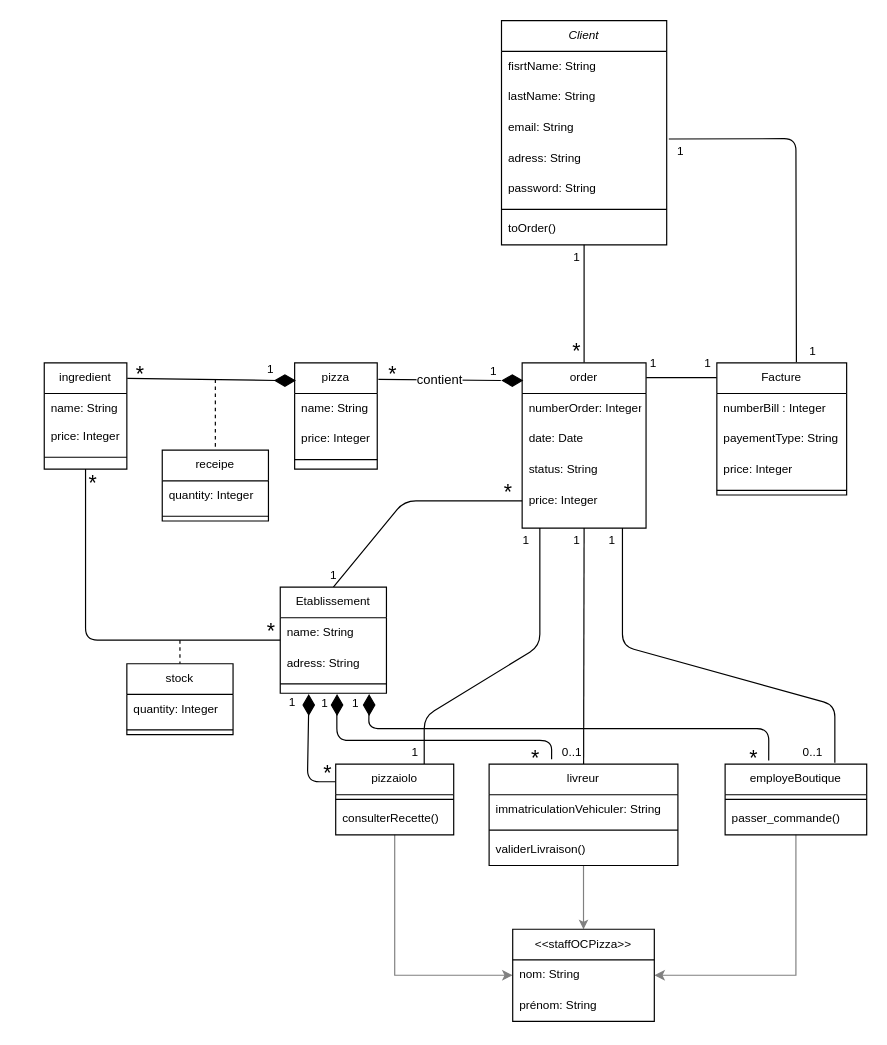
MadameZ/P7_Concevez-la-solution-technique-d-un-syst-me-de-gestion-de-pizzeria keeps this draw.io diagram as Untitled Diagram.drawio. Above is the earlier version. Source tidied: cells renumbered, new cells numbered last; positions are measured from the earlier drawing's top-left corner, leaving out a move shared by most shapes. Both pictures are drawn from the tidied source at 118%, with x=0, y=0 at pixel (44, 20).
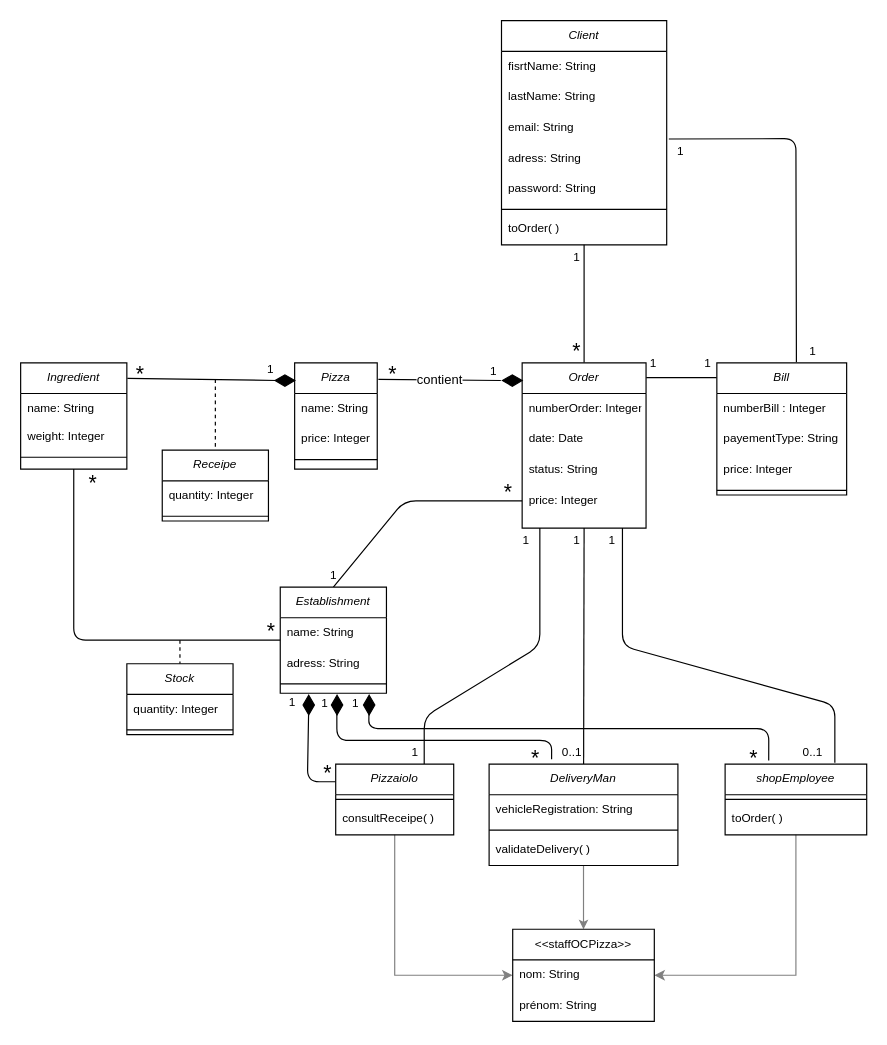
After the change.

Unchanged cells that the change refers to:
```xml
<mxCell id="61" value="Client" style="swimlane;fontStyle=2;align=center;verticalAlign=top;horizontal=1;startSize=26;rounded=0;shadow=0;strokeWidth=1;fontSize=10;" parent="1" vertex="1">
  <mxGeometry x="387.5" width="140" height="190" as="geometry" />
</mxCell>
```

The edit, as a diff of the source:
```diff
@@
     <mxCell id="9" style="endArrow=none;html=1;fontSize=10;entryX=0.5;entryY=1;entryDx=0;entryDy=0;" parent="1" edge="1" source="92" target="57">
       <mxGeometry relative="1" as="geometry">
         <Array as="points">
-          <mxPoint x="35" y="525" />
+          <mxPoint x="25" y="525" />
         </Array>
       </mxGeometry>
     </mxCell>
@@
-    <mxCell id="47" value="order" style="swimlane;fontStyle=0;align=center;verticalAlign=top;horizontal=1;startSize=26;rounded=0;shadow=0;strokeWidth=1;fontSize=10;" parent="1" vertex="1">
+    <mxCell id="47" value="Order" style="swimlane;fontStyle=2;align=center;verticalAlign=top;horizontal=1;startSize=26;rounded=0;shadow=0;strokeWidth=1;fontSize=10;" parent="1" vertex="1">
       <mxGeometry x="405" y="290" width="105" height="140" as="geometry" />
     </mxCell>
@@
-    <mxCell id="52" value="Facture" style="swimlane;fontStyle=0;align=center;verticalAlign=top;horizontal=1;startSize=26;rounded=0;shadow=0;strokeWidth=1;fontSize=10;" parent="1" vertex="1">
+    <mxCell id="52" value="Bill" style="swimlane;fontStyle=2;align=center;verticalAlign=top;horizontal=1;startSize=26;rounded=0;shadow=0;strokeWidth=1;fontSize=10;" parent="1" vertex="1">
       <mxGeometry x="570" y="290" width="110" height="112" as="geometry" />
     </mxCell>
@@
-    <mxCell id="57" value="ingredient" style="swimlane;fontStyle=0;align=center;verticalAlign=top;horizontal=1;startSize=26;rounded=0;shadow=0;strokeWidth=1;fontSize=10;" parent="1" vertex="1">
-      <mxGeometry y="290" width="70" height="90" as="geometry" />
+    <mxCell id="57" value="Ingredient" style="swimlane;fontStyle=2;align=center;verticalAlign=top;horizontal=1;startSize=26;rounded=0;shadow=0;strokeWidth=1;fontSize=10;" parent="1" vertex="1">
+      <mxGeometry x="-20" y="290" width="90" height="90" as="geometry" />
     </mxCell>
     <mxCell id="58" value="name: String" style="text;align=left;verticalAlign=top;spacingLeft=4;spacingRight=4;overflow=hidden;fontSize=10;" parent="57" vertex="1">
-      <mxGeometry y="26" width="70" height="24" as="geometry" />
+      <mxGeometry y="26" width="90" height="24" as="geometry" />
     </mxCell>
-    <mxCell id="59" value="price: Integer" style="text;align=left;verticalAlign=top;spacingLeft=4;spacingRight=4;overflow=hidden;rounded=0;shadow=0;html=0;fontSize=10;" parent="57" vertex="1">
-      <mxGeometry y="50" width="70" height="26" as="geometry" />
+    <mxCell id="59" value="weight: Integer" style="text;align=left;verticalAlign=top;spacingLeft=4;spacingRight=4;overflow=hidden;rounded=0;shadow=0;html=0;fontSize=10;" parent="57" vertex="1">
+      <mxGeometry y="50" width="90" height="26" as="geometry" />
     </mxCell>
     <mxCell id="60" style="line;html=1;strokeWidth=1;align=left;verticalAlign=middle;spacingTop=-1;spacingLeft=3;spacingRight=3;labelPosition=right;" parent="57" vertex="1">
-      <mxGeometry y="76" width="70" height="8" as="geometry" />
+      <mxGeometry y="76" width="90" height="8" as="geometry" />
     </mxCell>
@@
-    <mxCell id="68" value="toOrder()" style="text;align=left;verticalAlign=top;spacingLeft=4;spacingRight=4;overflow=hidden;points=[[0,0.5],[1,0.5]];portConstraint=eastwest;strokeWidth=1;fontSize=10;" parent="61" vertex="1">
+    <mxCell id="68" value="toOrder( )" style="text;align=left;verticalAlign=top;spacingLeft=4;spacingRight=4;overflow=hidden;points=[[0,0.5],[1,0.5]];portConstraint=eastwest;strokeWidth=1;fontSize=10;" parent="61" vertex="1">
       <mxGeometry y="164" width="140" height="26" as="geometry" />
     </mxCell>
-    <mxCell id="69" value="stock" style="swimlane;fontStyle=0;align=center;verticalAlign=top;horizontal=1;startSize=26;rounded=0;shadow=0;strokeWidth=1;fontSize=10;" parent="1" vertex="1">
+    <mxCell id="69" value="Stock" style="swimlane;fontStyle=2;align=center;verticalAlign=top;horizontal=1;startSize=26;rounded=0;shadow=0;strokeWidth=1;fontSize=10;" parent="1" vertex="1">
       <mxGeometry x="70" y="545" width="90" height="60" as="geometry" />
     </mxCell>
@@
-    <mxCell id="72" value="pizza" style="swimlane;fontStyle=0;align=center;verticalAlign=top;horizontal=1;startSize=26;rounded=0;shadow=0;strokeWidth=1;fontSize=10;" parent="1" vertex="1">
+    <mxCell id="72" value="Pizza" style="swimlane;fontStyle=2;align=center;verticalAlign=top;horizontal=1;startSize=26;rounded=0;shadow=0;strokeWidth=1;fontSize=10;" parent="1" vertex="1">
       <mxGeometry x="212.2" y="290" width="70" height="90" as="geometry" />
     </mxCell>
@@
-    <mxCell id="76" value="livreur" style="swimlane;fontStyle=0;align=center;verticalAlign=top;horizontal=1;startSize=26;rounded=0;shadow=0;strokeWidth=1;fontSize=10;" parent="1" vertex="1">
+    <mxCell id="76" value="DeliveryMan" style="swimlane;fontStyle=2;align=center;verticalAlign=top;horizontal=1;startSize=26;rounded=0;shadow=0;strokeWidth=1;fontSize=10;" parent="1" vertex="1">
       <mxGeometry x="377" y="630" width="160" height="86" as="geometry" />
     </mxCell>
-    <mxCell id="77" value="immatriculationVehiculer: String" style="text;align=left;verticalAlign=top;spacingLeft=4;spacingRight=4;overflow=hidden;rounded=0;shadow=0;html=0;fontSize=10;" parent="76" vertex="1">
+    <mxCell id="77" value="vehicleRegistration: String" style="text;align=left;verticalAlign=top;spacingLeft=4;spacingRight=4;overflow=hidden;rounded=0;shadow=0;html=0;fontSize=10;" parent="76" vertex="1">
       <mxGeometry y="26" width="160" height="26" as="geometry" />
     </mxCell>
@@
-    <mxCell id="79" value="validerLivraison()" style="text;align=left;verticalAlign=top;spacingLeft=4;spacingRight=4;overflow=hidden;rounded=0;shadow=0;html=0;fontSize=10;" parent="76" vertex="1">
+    <mxCell id="79" value="validateDelivery( )" style="text;align=left;verticalAlign=top;spacingLeft=4;spacingRight=4;overflow=hidden;rounded=0;shadow=0;html=0;fontSize=10;" parent="76" vertex="1">
       <mxGeometry y="60" width="160" height="26" as="geometry" />
     </mxCell>
-    <mxCell id="80" value="receipe" style="swimlane;fontStyle=0;align=center;verticalAlign=top;horizontal=1;startSize=26;rounded=0;shadow=0;strokeWidth=1;fontSize=10;" parent="1" vertex="1">
+    <mxCell id="80" value="Receipe" style="swimlane;fontStyle=2;align=center;verticalAlign=top;horizontal=1;startSize=26;rounded=0;shadow=0;strokeWidth=1;fontSize=10;" parent="1" vertex="1">
       <mxGeometry x="100" y="364" width="90" height="60" as="geometry" />
     </mxCell>
@@
-    <mxCell id="86" value="pizzaiolo" style="swimlane;fontStyle=0;align=center;verticalAlign=top;horizontal=1;startSize=26;rounded=0;shadow=0;strokeWidth=1;fontSize=10;" parent="1" vertex="1">
+    <mxCell id="86" value="Pizzaiolo" style="swimlane;fontStyle=2;align=center;verticalAlign=top;horizontal=1;startSize=26;rounded=0;shadow=0;strokeWidth=1;fontSize=10;" parent="1" vertex="1">
       <mxGeometry x="247" y="630" width="100" height="60" as="geometry" />
     </mxCell>
@@
-    <mxCell id="88" value="consulterRecette()" style="text;align=left;verticalAlign=top;spacingLeft=4;spacingRight=4;overflow=hidden;rounded=0;shadow=0;html=0;fontSize=10;" parent="86" vertex="1">
+    <mxCell id="88" value="consultReceipe( )" style="text;align=left;verticalAlign=top;spacingLeft=4;spacingRight=4;overflow=hidden;rounded=0;shadow=0;html=0;fontSize=10;" parent="86" vertex="1">
       <mxGeometry y="34" width="100" height="26" as="geometry" />
     </mxCell>
-    <mxCell id="89" value="employeBoutique" style="swimlane;fontStyle=0;align=center;verticalAlign=top;horizontal=1;startSize=26;rounded=0;shadow=0;strokeWidth=1;fontSize=10;" parent="1" vertex="1">
+    <mxCell id="89" value="shopEmployee" style="swimlane;fontStyle=2;align=center;verticalAlign=top;horizontal=1;startSize=26;rounded=0;shadow=0;strokeWidth=1;fontSize=10;" parent="1" vertex="1">
       <mxGeometry x="577" y="630" width="120" height="60" as="geometry" />
     </mxCell>
@@
-    <mxCell id="91" value="passer_commande()" style="text;align=left;verticalAlign=top;spacingLeft=4;spacingRight=4;overflow=hidden;rounded=0;shadow=0;html=0;fontSize=10;" parent="89" vertex="1">
+    <mxCell id="91" value="toOrder( )" style="text;align=left;verticalAlign=top;spacingLeft=4;spacingRight=4;overflow=hidden;rounded=0;shadow=0;html=0;fontSize=10;" parent="89" vertex="1">
       <mxGeometry y="34" width="120" height="26" as="geometry" />
     </mxCell>
-    <mxCell id="92" value="Etablissement" style="swimlane;fontStyle=0;align=center;verticalAlign=top;horizontal=1;startSize=26;rounded=0;shadow=0;strokeWidth=1;fontSize=10;" parent="1" vertex="1">
+    <mxCell id="92" value="Establishment" style="swimlane;fontStyle=2;align=center;verticalAlign=top;horizontal=1;startSize=26;rounded=0;shadow=0;strokeWidth=1;fontSize=10;" parent="1" vertex="1">
       <mxGeometry x="200" y="480" width="90" height="90" as="geometry" />
     </mxCell>
```
